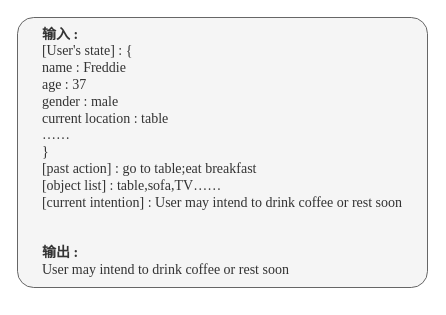
This is 状态评估阶段的prompt.drawio from Rinco1018/project_test, a draw.io file, before an edit. Source tidied: cells renumbered, new cells numbered last; positions are measured from the earlier drawing's top-left corner, leaving out a move shared by most shapes. Both pictures are drawn from the tidied source at 100%, with x=0, y=0 at pixel (17, 17).
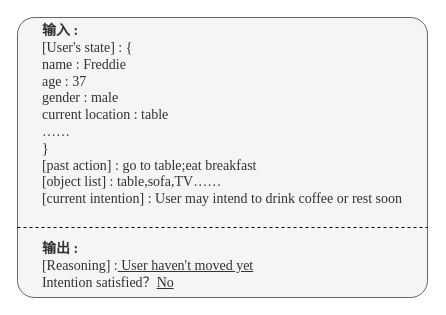
Above is the later version.

Commit message (it also covers changes not shown here):
更新状态评估阶段的prompt.drawio

What changed in the source:
```diff
@@
 <mxGraphModel>
   <root>
     <mxCell id="0" />
     <mxCell id="1" parent="0" />
-    <mxCell id="2" value="&lt;div style=&quot;&quot;&gt;&lt;div style=&quot;text-align: left;&quot;&gt;&lt;b style=&quot;background-color: transparent; color: light-dark(rgb(51, 51, 51), rgb(193, 193, 193));&quot;&gt;&lt;font style=&quot;font-size: 14px;&quot; face=&quot;Times New Roman&quot;&gt;输入 :&lt;/font&gt;&lt;/b&gt;&lt;/div&gt;&lt;div style=&quot;text-align: left;&quot;&gt;&lt;font style=&quot;font-size: 14px;&quot; face=&quot;Times New Roman&quot;&gt;[User's state] : {&lt;/font&gt;&lt;/div&gt;&lt;div style=&quot;&quot;&gt;&lt;div style=&quot;text-align: left;&quot;&gt;&lt;font style=&quot;font-size: 14px;&quot; face=&quot;Times New Roman&quot;&gt;name : Freddie&lt;/font&gt;&lt;/div&gt;&lt;div style=&quot;text-align: left;&quot;&gt;&lt;font style=&quot;font-size: 14px;&quot; face=&quot;Times New Roman&quot;&gt;age : 37&lt;/font&gt;&lt;/div&gt;&lt;div style=&quot;text-align: left;&quot;&gt;&lt;font style=&quot;font-size: 14px;&quot; face=&quot;Times New Roman&quot;&gt;gender : male&lt;/font&gt;&lt;/div&gt;&lt;div style=&quot;text-align: left;&quot;&gt;&lt;span style=&quot;font-family: &amp;quot;Times New Roman&amp;quot;; font-size: 14px;&quot;&gt;current location : table&lt;/span&gt;&lt;font style=&quot;font-size: 14px;&quot; face=&quot;Times New Roman&quot;&gt;&lt;/font&gt;&lt;/div&gt;&lt;div style=&quot;text-align: left;&quot;&gt;&lt;span style=&quot;font-family: &amp;quot;Times New Roman&amp;quot;; font-size: 14px;&quot;&gt;……&lt;/span&gt;&lt;span style=&quot;font-family: &amp;quot;Times New Roman&amp;quot;; font-size: 14px;&quot;&gt;&lt;/span&gt;&lt;/div&gt;&lt;div style=&quot;text-align: left;&quot;&gt;&lt;span style=&quot;font-family: &amp;quot;Times New Roman&amp;quot;; font-size: 14px;&quot;&gt;}&lt;/span&gt;&lt;/div&gt;&lt;div style=&quot;text-align: left;&quot;&gt;&lt;font face=&quot;Times New Roman&quot;&gt;&lt;span style=&quot;font-size: 14px;&quot;&gt;[past action] : go to table;eat breakfast&amp;nbsp;&lt;/span&gt;&lt;/font&gt;&lt;/div&gt;&lt;div style=&quot;text-align: left;&quot;&gt;&lt;font style=&quot;font-size: 14px;&quot; face=&quot;Times New Roman&quot;&gt;[object list] : table,sofa,TV&lt;span style=&quot;background-color: transparent; color: light-dark(rgb(51, 51, 51), rgb(193, 193, 193));&quot;&gt;……&lt;/span&gt;&lt;/font&gt;&lt;/div&gt;&lt;/div&gt;&lt;div style=&quot;text-align: left;&quot;&gt;&lt;font face=&quot;Times New Roman&quot;&gt;&lt;span style=&quot;font-size: 14px;&quot;&gt;[current intention] :&amp;nbsp;&lt;/span&gt;&lt;/font&gt;&lt;span style=&quot;font-family: &amp;quot;Times New Roman&amp;quot;; font-size: 14px; background-color: transparent; color: light-dark(rgb(51, 51, 51), rgb(193, 193, 193));&quot;&gt;User may intend to drink coffee or rest soon&lt;/span&gt;&lt;/div&gt;&lt;div style=&quot;text-align: left;&quot;&gt;&lt;b style=&quot;background-color: transparent; color: light-dark(rgb(51, 51, 51), rgb(193, 193, 193));&quot;&gt;&lt;font style=&quot;font-size: 14px;&quot; face=&quot;Times New Roman&quot;&gt;&lt;br&gt;&lt;/font&gt;&lt;/b&gt;&lt;/div&gt;&lt;div style=&quot;text-align: left;&quot;&gt;&lt;b style=&quot;background-color: transparent; color: light-dark(rgb(51, 51, 51), rgb(193, 193, 193));&quot;&gt;&lt;font style=&quot;font-size: 14px;&quot; face=&quot;Times New Roman&quot;&gt;&lt;br&gt;&lt;/font&gt;&lt;/b&gt;&lt;/div&gt;&lt;div style=&quot;text-align: left;&quot;&gt;&lt;b style=&quot;background-color: transparent; color: light-dark(rgb(51, 51, 51), rgb(193, 193, 193));&quot;&gt;&lt;font style=&quot;font-size: 14px;&quot; face=&quot;Times New Roman&quot;&gt;输出 :&lt;/font&gt;&lt;/b&gt;&lt;/div&gt;&lt;div style=&quot;text-align: left;&quot;&gt;&lt;font face=&quot;Times New Roman&quot;&gt;&lt;span style=&quot;font-size: 14px;&quot;&gt;User may intend to drink coffee or rest soon&lt;/span&gt;&lt;/font&gt;&lt;/div&gt;&lt;/div&gt;" style="rounded=1;arcSize=6;whiteSpace=wrap;html=1;fillColor=#f5f5f5;fontColor=#333333;strokeColor=#666666;" parent="1" vertex="1">
-      <mxGeometry width="410" height="270" as="geometry" />
+    <mxCell id="2" value="&lt;div style=&quot;&quot;&gt;&lt;div style=&quot;text-align: left;&quot;&gt;&lt;b style=&quot;background-color: transparent; color: light-dark(rgb(51, 51, 51), rgb(193, 193, 193));&quot;&gt;&lt;font style=&quot;font-size: 14px;&quot; face=&quot;Times New Roman&quot;&gt;输入 :&lt;/font&gt;&lt;/b&gt;&lt;/div&gt;&lt;div style=&quot;text-align: left;&quot;&gt;&lt;font style=&quot;font-size: 14px;&quot; face=&quot;Times New Roman&quot;&gt;[User's state] : {&lt;/font&gt;&lt;/div&gt;&lt;div style=&quot;&quot;&gt;&lt;div style=&quot;text-align: left;&quot;&gt;&lt;font style=&quot;font-size: 14px;&quot; face=&quot;Times New Roman&quot;&gt;name : Freddie&lt;/font&gt;&lt;/div&gt;&lt;div style=&quot;text-align: left;&quot;&gt;&lt;font style=&quot;font-size: 14px;&quot; face=&quot;Times New Roman&quot;&gt;age : 37&lt;/font&gt;&lt;/div&gt;&lt;div style=&quot;text-align: left;&quot;&gt;&lt;font style=&quot;font-size: 14px;&quot; face=&quot;Times New Roman&quot;&gt;gender : male&lt;/font&gt;&lt;/div&gt;&lt;div style=&quot;text-align: left;&quot;&gt;&lt;span style=&quot;font-family: &amp;quot;Times New Roman&amp;quot;; font-size: 14px;&quot;&gt;current location : table&lt;/span&gt;&lt;font style=&quot;font-size: 14px;&quot; face=&quot;Times New Roman&quot;&gt;&lt;/font&gt;&lt;/div&gt;&lt;div style=&quot;text-align: left;&quot;&gt;&lt;span style=&quot;font-family: &amp;quot;Times New Roman&amp;quot;; font-size: 14px;&quot;&gt;……&lt;/span&gt;&lt;span style=&quot;font-family: &amp;quot;Times New Roman&amp;quot;; font-size: 14px;&quot;&gt;&lt;/span&gt;&lt;/div&gt;&lt;div style=&quot;text-align: left;&quot;&gt;&lt;span style=&quot;font-family: &amp;quot;Times New Roman&amp;quot;; font-size: 14px;&quot;&gt;}&lt;/span&gt;&lt;/div&gt;&lt;div style=&quot;text-align: left;&quot;&gt;&lt;font face=&quot;Times New Roman&quot;&gt;&lt;span style=&quot;font-size: 14px;&quot;&gt;[past action] : go to table;eat breakfast&amp;nbsp;&lt;/span&gt;&lt;/font&gt;&lt;/div&gt;&lt;div style=&quot;text-align: left;&quot;&gt;&lt;font style=&quot;font-size: 14px;&quot; face=&quot;Times New Roman&quot;&gt;[object list] : table,sofa,TV&lt;span style=&quot;background-color: transparent; color: light-dark(rgb(51, 51, 51), rgb(193, 193, 193));&quot;&gt;……&lt;/span&gt;&lt;/font&gt;&lt;/div&gt;&lt;/div&gt;&lt;div style=&quot;text-align: left;&quot;&gt;&lt;font face=&quot;Times New Roman&quot;&gt;&lt;span style=&quot;font-size: 14px;&quot;&gt;[current intention] :&amp;nbsp;&lt;/span&gt;&lt;/font&gt;&lt;span style=&quot;font-family: &amp;quot;Times New Roman&amp;quot;; font-size: 14px; background-color: transparent; color: light-dark(rgb(51, 51, 51), rgb(193, 193, 193));&quot;&gt;User may intend to drink coffee or rest soon&lt;/span&gt;&lt;/div&gt;&lt;div style=&quot;text-align: left;&quot;&gt;&lt;b style=&quot;background-color: transparent; color: light-dark(rgb(51, 51, 51), rgb(193, 193, 193));&quot;&gt;&lt;font style=&quot;font-size: 14px;&quot; face=&quot;Times New Roman&quot;&gt;&lt;br&gt;&lt;/font&gt;&lt;/b&gt;&lt;/div&gt;&lt;div style=&quot;text-align: left;&quot;&gt;&lt;b style=&quot;background-color: transparent; color: light-dark(rgb(51, 51, 51), rgb(193, 193, 193));&quot;&gt;&lt;font style=&quot;font-size: 14px;&quot; face=&quot;Times New Roman&quot;&gt;&lt;br&gt;&lt;/font&gt;&lt;/b&gt;&lt;/div&gt;&lt;div style=&quot;text-align: left;&quot;&gt;&lt;b style=&quot;background-color: transparent; color: light-dark(rgb(51, 51, 51), rgb(193, 193, 193));&quot;&gt;&lt;font style=&quot;font-size: 14px;&quot; face=&quot;Times New Roman&quot;&gt;输出 :&lt;/font&gt;&lt;/b&gt;&lt;/div&gt;&lt;div style=&quot;text-align: left;&quot;&gt;&lt;font face=&quot;Times New Roman&quot;&gt;&lt;span style=&quot;font-size: 14px;&quot;&gt;[Reasoning] :&lt;u&gt; User haven't moved yet&lt;/u&gt;&lt;/span&gt;&lt;/font&gt;&lt;/div&gt;&lt;div style=&quot;text-align: left;&quot;&gt;&lt;font face=&quot;Times New Roman&quot;&gt;&lt;span style=&quot;font-size: 14px;&quot;&gt;Intention satisfied？&lt;u&gt;No&lt;/u&gt;&lt;/span&gt;&lt;/font&gt;&lt;/div&gt;&lt;/div&gt;" style="rounded=1;arcSize=6;whiteSpace=wrap;html=1;fillColor=#f5f5f5;fontColor=#333333;strokeColor=#666666;" parent="1" vertex="1">
+      <mxGeometry width="410" height="280" as="geometry" />
     </mxCell>
+    <mxCell id="3" style="endArrow=none;dashed=1;html=1;rounded=0;exitX=0;exitY=0.75;exitDx=0;exitDy=0;entryX=1;entryY=0.75;entryDx=0;entryDy=0;" parent="1" edge="1" source="2" target="2">
+      <mxGeometry relative="1" as="geometry" />
+    </mxCell>
   </root>
 </mxGraphModel>
```
